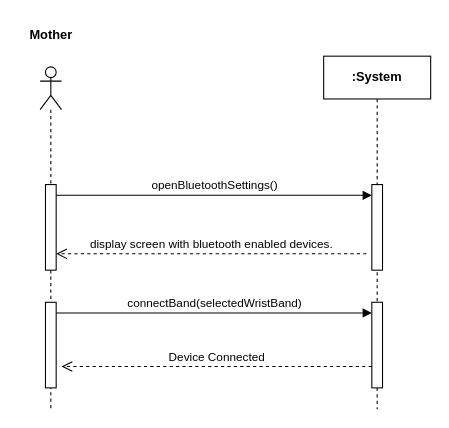
Earlier version of the draw.io diagram page "Pair Wrist Band" (3 of 15) of Documentations/Diagrams and Other Stuff/All SSD.drawio (kswork859/IoT-Mother-Fetus-Health-Monitoring). Source tidied: cells renumbered, new cells numbered last; positions are measured from the earlier drawing's top-left corner, leaving out a move shared by most shapes. Both pictures are drawn from the tidied source at 107%, with x=0, y=0 at pixel (18, 18).
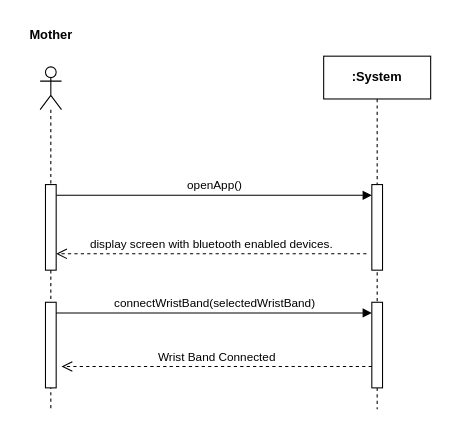
Above is the later version.

What changed in the source:
```diff
@@
 <mxGraphModel>
   <root>
     <mxCell id="0" />
     <mxCell id="1" parent="0" />
     <mxCell id="2" value="&lt;b&gt;:System&lt;/b&gt;" style="shape=umlLifeline;perimeter=lifelinePerimeter;whiteSpace=wrap;html=1;newEdgeStyle={&quot;curved&quot;:0,&quot;rounded&quot;:0};" parent="1" vertex="1">
       <mxGeometry x="285" y="35" width="100" height="330" as="geometry" />
     </mxCell>
     <mxCell id="3" style="html=1;perimeter=orthogonalPerimeter;targetShapes=umlLifeline;newEdgeStyle={&quot;curved&quot;:0,&quot;rounded&quot;:0};" parent="2" vertex="1">
       <mxGeometry x="45" y="230" width="10" height="80" as="geometry" />
     </mxCell>
     <mxCell id="4" style="html=1;perimeter=orthogonalPerimeter;targetShapes=umlLifeline;newEdgeStyle={&quot;curved&quot;:0,&quot;rounded&quot;:0};" parent="1" vertex="1">
       <mxGeometry x="330" y="155" width="10" height="80" as="geometry" />
     </mxCell>
     <mxCell id="5" style="shape=umlLifeline;perimeter=lifelinePerimeter;whiteSpace=wrap;html=1;newEdgeStyle={&quot;curved&quot;:0,&quot;rounded&quot;:0};participant=umlActor;" parent="1" vertex="1">
       <mxGeometry x="20" y="45" width="20" height="320" as="geometry" />
     </mxCell>
     <mxCell id="6" style="html=1;perimeter=orthogonalPerimeter;targetShapes=umlLifeline;newEdgeStyle={&quot;curved&quot;:0,&quot;rounded&quot;:0};" parent="5" vertex="1">
       <mxGeometry x="5" y="220" width="10" height="80" as="geometry" />
     </mxCell>
-    <mxCell id="7" value="openBluetoothSettings()" style="html=1;verticalAlign=bottom;endArrow=block;curved=0;rounded=0;" parent="1" edge="1" source="10">
+    <mxCell id="7" value="openApp()" style="html=1;verticalAlign=bottom;endArrow=block;curved=0;rounded=0;" parent="1" edge="1" source="10">
       <mxGeometry relative="1" as="geometry">
         <mxPoint x="330" y="165" as="targetPoint" />
       </mxGeometry>
     </mxCell>
     <mxCell id="8" value="display screen with bluetooth enabled devices." style="html=1;verticalAlign=bottom;endArrow=open;dashed=1;endSize=8;curved=0;rounded=0;" parent="1" edge="1">
       <mxGeometry relative="1" as="geometry">
         <mxPoint x="325" y="219.7" as="sourcePoint" />
         <mxPoint x="35" y="219.7" as="targetPoint" />
       </mxGeometry>
     </mxCell>
     <mxCell id="9" value="&lt;div&gt;&lt;b&gt;Mother&lt;/b&gt;&lt;/div&gt;" style="text;html=1;align=center;verticalAlign=middle;strokeColor=none;fillColor=none;" parent="1" vertex="1">
       <mxGeometry width="60" height="30" as="geometry" />
     </mxCell>
     <mxCell id="10" style="html=1;points=[[0,0,0,0,5],[0,1,0,0,-5],[1,0,0,0,5],[1,1,0,0,-5]];perimeter=orthogonalPerimeter;outlineConnect=0;targetShapes=umlLifeline;portConstraint=eastwest;newEdgeStyle={&quot;curved&quot;:0,&quot;rounded&quot;:0};" parent="1" vertex="1">
       <mxGeometry x="25" y="155" width="10" height="80" as="geometry" />
     </mxCell>
-    <mxCell id="11" value="connectBand(selectedWristBand)" style="html=1;verticalAlign=bottom;endArrow=block;curved=0;rounded=0;" parent="1" edge="1">
+    <mxCell id="11" value="connectWristBand(selectedWristBand)" style="html=1;verticalAlign=bottom;endArrow=block;curved=0;rounded=0;" parent="1" edge="1">
       <mxGeometry relative="1" as="geometry">
         <mxPoint x="35" y="275" as="sourcePoint" />
         <mxPoint x="330" y="275" as="targetPoint" />
       </mxGeometry>
     </mxCell>
-    <mxCell id="12" value="Device Connected" style="html=1;verticalAlign=bottom;endArrow=open;dashed=1;endSize=8;curved=0;rounded=0;" parent="1" edge="1">
+    <mxCell id="12" value="Wrist Band Connected" style="html=1;verticalAlign=bottom;endArrow=open;dashed=1;endSize=8;curved=0;rounded=0;" parent="1" edge="1">
       <mxGeometry relative="1" as="geometry">
         <mxPoint x="330" y="325" as="sourcePoint" />
         <mxPoint x="40" y="325" as="targetPoint" />
       </mxGeometry>
     </mxCell>
   </root>
 </mxGraphModel>
```
